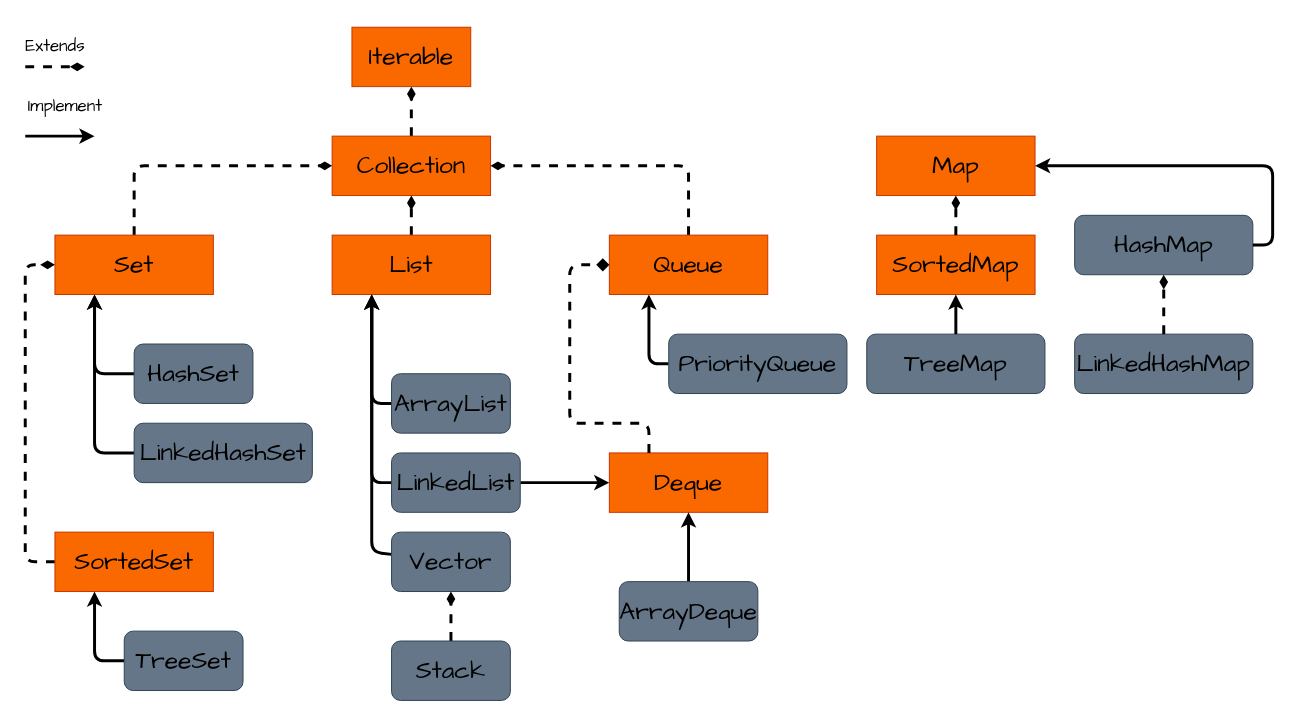
This is src/main/resources/collections.drawio from siritfelix/workshop-gl, a draw.io file, before an edit. Source tidied: cells renumbered, new cells numbered last; positions are measured from the earlier drawing's top-left corner, leaving out a move shared by most shapes. Both pictures are drawn from the tidied source at 99%, with x=0, y=0 at pixel (25, 27).
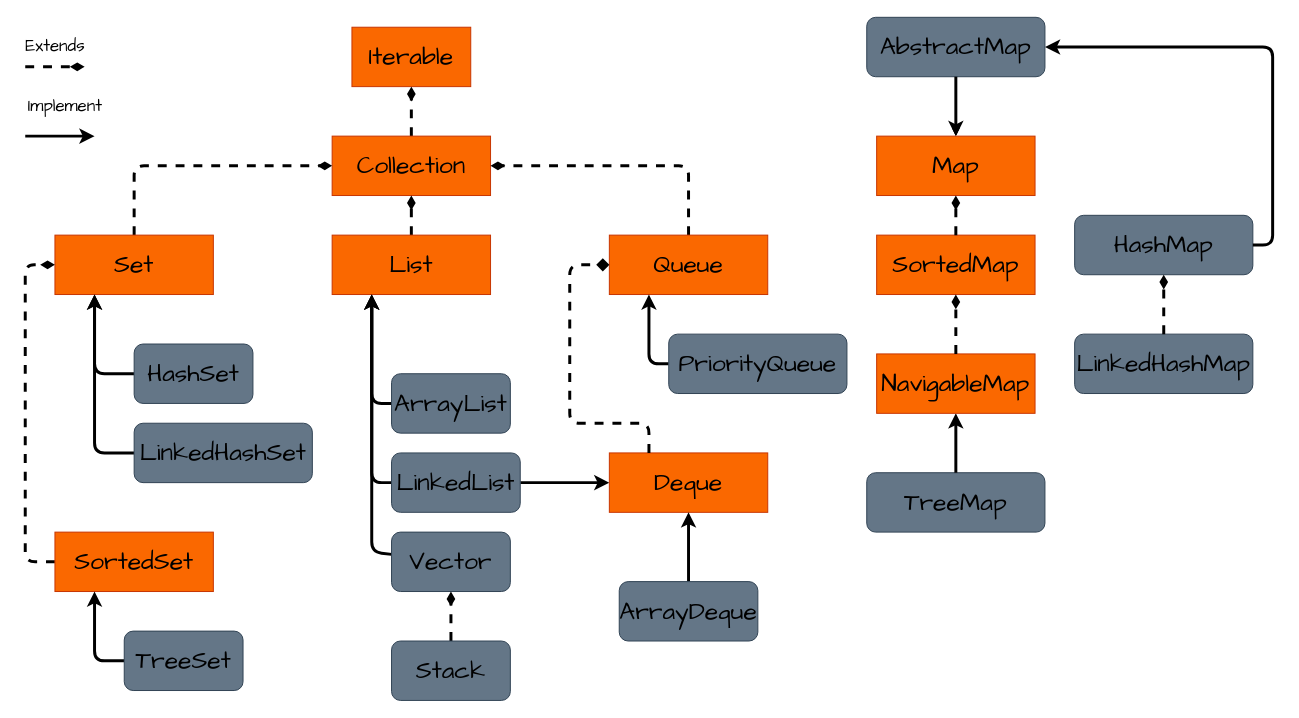
Above is the later version.

Commit message (it also covers changes not shown here):
fix en diagrama de clases

Unchanged cells that the change refers to:
```xml
<mxCell id="36" value="Map" style="rounded=0;whiteSpace=wrap;html=1;fillColor=#fa6800;fontColor=#000000;strokeColor=#C73500;fontSize=25;fontStyle=0;fontFamily=Comic Sans MS;" parent="1" vertex="1">
  <mxGeometry x="860" y="110" width="160" height="60" as="geometry" />
</mxCell>
<mxCell id="37" value="SortedMap" style="rounded=0;whiteSpace=wrap;html=1;fillColor=#fa6800;fontColor=#000000;strokeColor=#C73500;fontSize=25;fontStyle=0;fontFamily=Comic Sans MS;" parent="1" vertex="1">
  <mxGeometry x="860" y="210" width="160" height="60" as="geometry" />
</mxCell>
<mxCell id="39" value="HashMap" style="rounded=1;whiteSpace=wrap;html=1;fontSize=25;fontColor=#000000;fillColor=#647687;strokeColor=#314354;fontStyle=0;fontFamily=Comic Sans MS;" parent="1" vertex="1">
  <mxGeometry x="1060" y="190" width="180" height="60" as="geometry" />
</mxCell>
```

Diff of the diagram source:
```diff
@@
-    <mxCell id="40" style="edgeStyle=none;html=1;entryX=1;entryY=0.5;entryDx=0;entryDy=0;strokeColor=#000000;strokeWidth=3;fontFamily=Comic Sans MS;fontSize=25;fontColor=default;exitX=1;exitY=0.5;exitDx=0;exitDy=0;" parent="1" edge="1" source="39" target="36">
+    <mxCell id="40" style="edgeStyle=none;html=1;strokeColor=#000000;strokeWidth=3;fontFamily=Comic Sans MS;fontSize=25;fontColor=default;exitX=1;exitY=0.5;exitDx=0;exitDy=0;entryX=1;entryY=0.5;entryDx=0;entryDy=0;" parent="1" edge="1" source="39" target="49">
       <mxGeometry relative="1" as="geometry">
         <Array as="points">
           <mxPoint x="1260" y="220" />
-          <mxPoint x="1260" y="140" />
+          <mxPoint x="1260" y="20" />
         </Array>
       </mxGeometry>
     </mxCell>
@@
     <mxCell id="42" value="TreeMap" style="rounded=1;whiteSpace=wrap;html=1;fontSize=25;fontColor=#000000;fillColor=#647687;strokeColor=#314354;fontStyle=0;fontFamily=Comic Sans MS;" parent="1" vertex="1">
-      <mxGeometry x="850" y="310" width="180" height="60" as="geometry" />
+      <mxGeometry x="850" y="450" width="180" height="60" as="geometry" />
     </mxCell>
-    <mxCell id="43" style="edgeStyle=none;html=1;strokeColor=#000000;strokeWidth=3;fontFamily=Comic Sans MS;fontSize=25;fontColor=default;entryX=0.5;entryY=1;entryDx=0;entryDy=0;" parent="1" edge="1" target="37">
-      <mxGeometry relative="1" as="geometry">
-        <mxPoint x="940" y="310" as="sourcePoint" />
-      </mxGeometry>
+    <mxCell id="43" style="edgeStyle=none;html=1;strokeColor=#000000;strokeWidth=3;fontFamily=Comic Sans MS;fontSize=25;fontColor=default;entryX=0.5;entryY=1;entryDx=0;entryDy=0;" parent="1" edge="1" source="42" target="46">
+      <mxGeometry relative="1" as="geometry" />
     </mxCell>
@@
+    <mxCell id="46" value="NavigableMap" style="rounded=0;whiteSpace=wrap;html=1;fillColor=#fa6800;fontColor=#000000;strokeColor=#C73500;fontSize=25;fontStyle=0;fontFamily=Comic Sans MS;" parent="1" vertex="1">
+      <mxGeometry x="860" y="330" width="160" height="60" as="geometry" />
+    </mxCell>
+    <mxCell id="47" style="edgeStyle=none;html=1;exitX=0.5;exitY=0;exitDx=0;exitDy=0;entryX=0.5;entryY=1;entryDx=0;entryDy=0;strokeColor=#000000;strokeWidth=3;fontFamily=Comic Sans MS;fontSize=25;fontColor=default;endArrow=diamondThin;endFill=1;dashed=1;" parent="1" edge="1" source="46" target="37">
+      <mxGeometry relative="1" as="geometry" />
+    </mxCell>
+    <mxCell id="48" style="edgeStyle=none;html=1;exitX=0.5;exitY=1;exitDx=0;exitDy=0;" parent="1" edge="1" source="49" target="36">
+      <mxGeometry relative="1" as="geometry" />
+    </mxCell>
+    <mxCell id="49" value="AbstractMap" style="rounded=1;whiteSpace=wrap;html=1;fontSize=25;fontColor=#000000;fillColor=#647687;strokeColor=#314354;fontStyle=0;fontFamily=Comic Sans MS;" parent="1" vertex="1">
+      <mxGeometry x="850" y="-10" width="180" height="60" as="geometry" />
+    </mxCell>
+    <mxCell id="50" style="edgeStyle=none;html=1;strokeColor=#000000;strokeWidth=3;fontFamily=Comic Sans MS;fontSize=25;fontColor=default;entryX=0.5;entryY=0;entryDx=0;entryDy=0;exitX=0.5;exitY=1;exitDx=0;exitDy=0;" parent="1" edge="1" source="49" target="36">
+      <mxGeometry relative="1" as="geometry" />
+    </mxCell>
```
